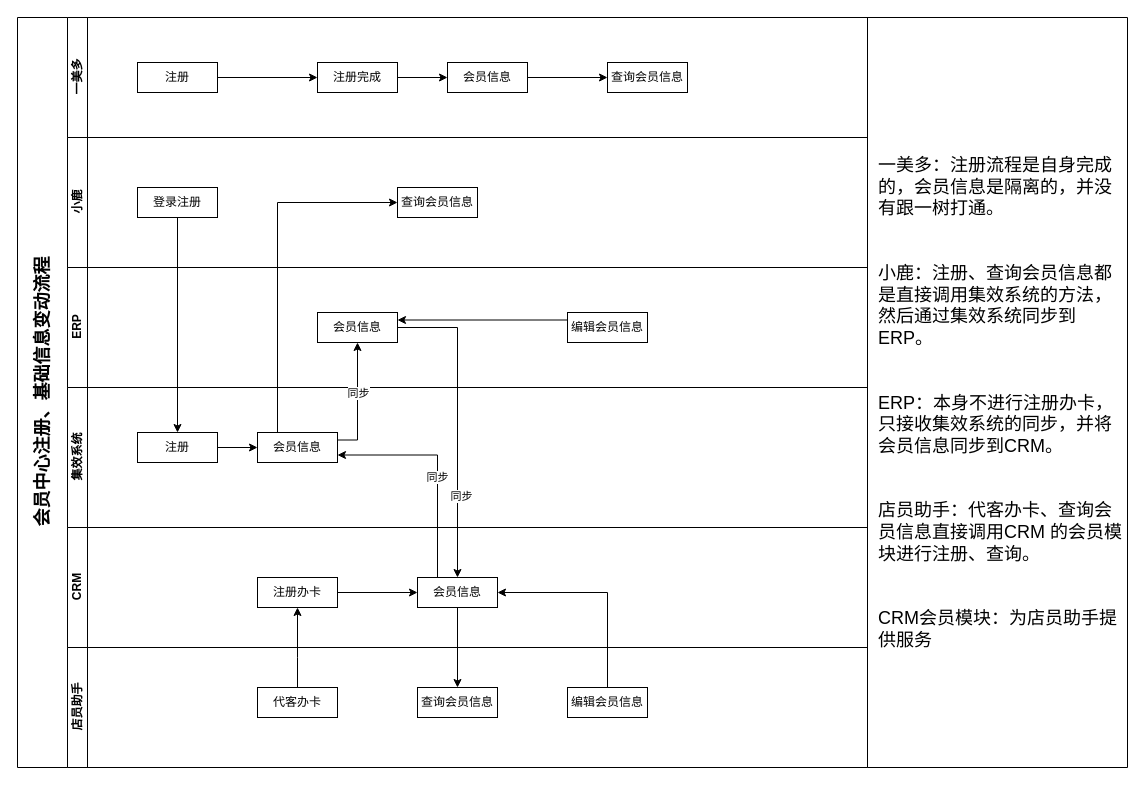
Above: page "Page-2" (2 of 4) of 会员.drawio in JustDoItHilary/HilarysTraining (draw.io), before the change. Source tidied: cells renumbered, new cells numbered last; positions are measured from the earlier drawing's top-left corner, leaving out a move shared by most shapes. Both pictures are drawn from the tidied source at 100%, with x=0, y=0 at pixel (17, 17).
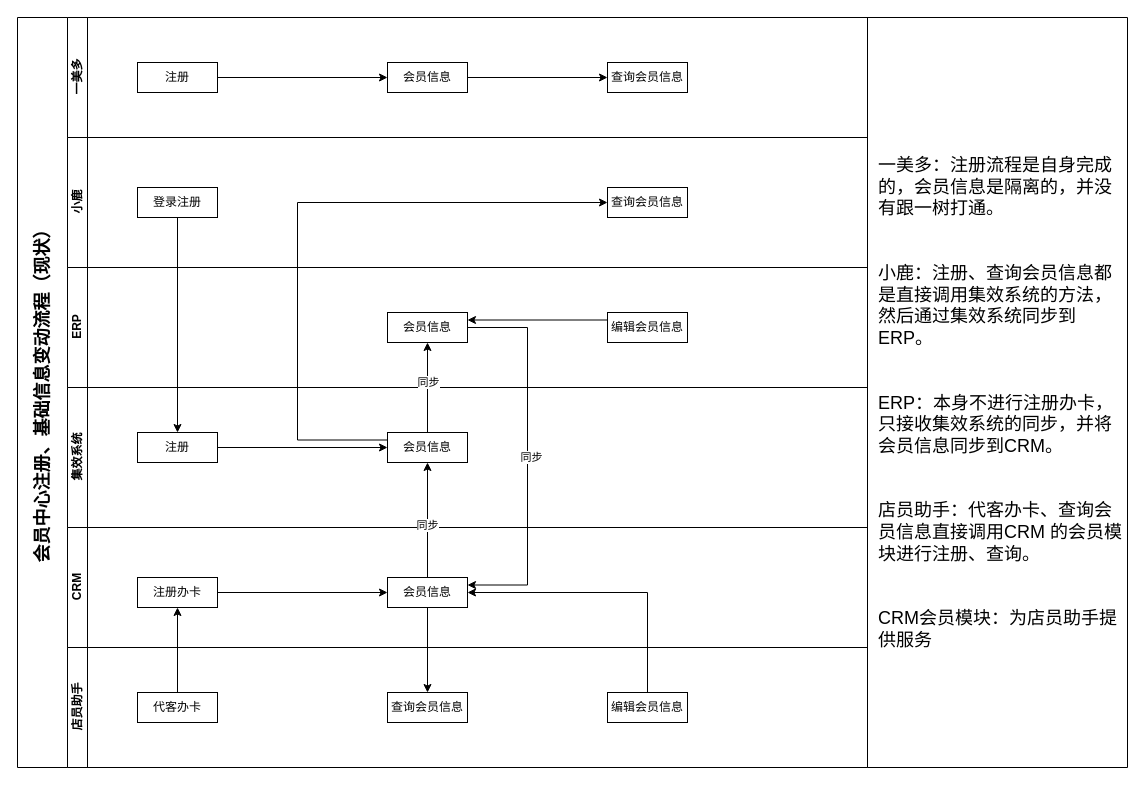
After the change.

Unchanged cells that the change refers to:
```xml
<mxCell id="3" value="一美多" style="swimlane;html=1;startSize=20;horizontal=0;" parent="2" vertex="1">
  <mxGeometry x="50" width="800" height="120" as="geometry" />
</mxCell>
<mxCell id="4" value="注册" style="rounded=0;whiteSpace=wrap;html=1;" parent="3" vertex="1">
  <mxGeometry x="70" y="45" width="80" height="30" as="geometry" />
</mxCell>
<mxCell id="7" value="小鹿" style="swimlane;html=1;startSize=20;horizontal=0;" parent="2" vertex="1">
  <mxGeometry x="50" y="120" width="800" height="130" as="geometry" />
</mxCell>
<mxCell id="10" value="ERP" style="swimlane;html=1;startSize=20;horizontal=0;" parent="2" vertex="1">
  <mxGeometry x="50" y="250" width="800" height="120" as="geometry" />
</mxCell>
<mxCell id="14" value="集效系统" style="swimlane;html=1;startSize=20;horizontal=0;" parent="2" vertex="1">
  <mxGeometry x="50" y="370" width="800" height="140" as="geometry" />
</mxCell>
<mxCell id="18" value="CRM" style="swimlane;html=1;startSize=20;horizontal=0;" parent="2" vertex="1">
  <mxGeometry x="50" y="510" width="800" height="120" as="geometry" />
</mxCell>
<mxCell id="22" value="店员助手" style="swimlane;html=1;startSize=20;horizontal=0;" parent="2" vertex="1">
  <mxGeometry x="50" y="630" width="800" height="120" as="geometry" />
</mxCell>
```

Change to the diagram source:
```diff
@@
-    <mxCell id="2" value="&lt;font style=&quot;line-height: 90% ; font-size: 18px&quot;&gt;会员中心注册、基础信息变动流程&lt;/font&gt;" style="swimlane;html=1;horizontal=0;startSize=50;" parent="1" vertex="1">
+    <mxCell id="2" value="&lt;font style=&quot;line-height: 90% ; font-size: 18px&quot;&gt;会员中心注册、基础信息变动流程（现状）&lt;/font&gt;" style="swimlane;html=1;horizontal=0;startSize=50;" parent="1" vertex="1">
       <mxGeometry width="850" height="750" as="geometry" />
     </mxCell>
@@
-    <mxCell id="5" value="注册完成" style="rounded=0;whiteSpace=wrap;html=1;" parent="3" vertex="1">
-      <mxGeometry x="250" y="45" width="80" height="30" as="geometry" />
-    </mxCell>
-    <mxCell id="6" style="edgeStyle=orthogonalEdgeStyle;rounded=0;jettySize=auto;html=1;" parent="3" edge="1" source="4" target="5">
+    <mxCell id="6" style="edgeStyle=orthogonalEdgeStyle;rounded=0;jettySize=auto;html=1;entryX=0;entryY=0.5;entryDx=0;entryDy=0;" parent="3" edge="1" source="4" target="39">
       <mxGeometry relative="1" as="geometry" />
     </mxCell>
+    <mxCell id="39" value="会员信息" style="rounded=0;whiteSpace=wrap;html=1;" parent="3" vertex="1">
+      <mxGeometry x="320" y="45" width="80" height="30" as="geometry" />
+    </mxCell>
@@
     <mxCell id="9" value="查询会员信息" style="rounded=0;whiteSpace=wrap;html=1;" parent="7" vertex="1">
-      <mxGeometry x="330" y="50" width="80" height="30" as="geometry" />
+      <mxGeometry x="540" y="50" width="80" height="30" as="geometry" />
     </mxCell>
@@
     <mxCell id="11" value="会员信息" style="rounded=0;whiteSpace=wrap;html=1;" parent="10" vertex="1">
-      <mxGeometry x="250" y="45" width="80" height="30" as="geometry" />
+      <mxGeometry x="320" y="45" width="80" height="30" as="geometry" />
     </mxCell>
@@
     <mxCell id="13" value="编辑会员信息" style="rounded=0;whiteSpace=wrap;html=1;" parent="10" vertex="1">
-      <mxGeometry x="500" y="45" width="80" height="30" as="geometry" />
+      <mxGeometry x="540" y="45" width="80" height="30" as="geometry" />
     </mxCell>
@@
     <mxCell id="15" value="会员信息" style="rounded=0;whiteSpace=wrap;html=1;" parent="14" vertex="1">
-      <mxGeometry x="190" y="45" width="80" height="30" as="geometry" />
+      <mxGeometry x="320" y="45" width="80" height="30" as="geometry" />
     </mxCell>
@@
     <mxCell id="19" value="注册办卡" style="rounded=0;whiteSpace=wrap;html=1;" parent="18" vertex="1">
-      <mxGeometry x="190" y="50" width="80" height="30" as="geometry" />
+      <mxGeometry x="70" y="50" width="80" height="30" as="geometry" />
     </mxCell>
     <mxCell id="20" value="会员信息" style="rounded=0;whiteSpace=wrap;html=1;" parent="18" vertex="1">
-      <mxGeometry x="350" y="50" width="80" height="30" as="geometry" />
+      <mxGeometry x="320" y="50" width="80" height="30" as="geometry" />
     </mxCell>
@@
+    <mxCell id="26" value="同步" style="edgeStyle=orthogonalEdgeStyle;rounded=0;jettySize=auto;html=1;exitX=0.5;exitY=0;exitDx=0;exitDy=0;entryX=0.5;entryY=1;entryDx=0;entryDy=0;" parent="2" edge="1" source="20" target="15">
+      <mxGeometry x="-0.1" relative="1" as="geometry" />
+    </mxCell>
+    <mxCell id="28" style="edgeStyle=orthogonalEdgeStyle;rounded=0;jettySize=auto;html=1;exitX=0.5;exitY=0;exitDx=0;exitDy=0;" parent="2" edge="1" source="15" target="11">
+      <mxGeometry relative="1" as="geometry" />
+    </mxCell>
+    <mxCell id="29" value="同步" style="edgeLabel;html=1;align=center;verticalAlign=middle;" parent="28" vertex="1">
+      <mxGeometry x="0.12" relative="1" as="geometry">
+        <mxPoint y="-1" as="offset" />
+      </mxGeometry>
+    </mxCell>
+    <mxCell id="31" style="edgeStyle=orthogonalEdgeStyle;rounded=0;jettySize=auto;html=1;exitX=1;exitY=0.5;exitDx=0;exitDy=0;entryX=1;entryY=0.25;entryDx=0;entryDy=0;jumpStyle=arc;" parent="2" edge="1" source="11" target="20">
+      <mxGeometry relative="1" as="geometry">
+        <Array as="points">
+          <mxPoint x="510" y="310" />
+          <mxPoint x="510" y="568" />
+        </Array>
+      </mxGeometry>
+    </mxCell>
+    <mxCell id="32" value="同步" style="edgeLabel;html=1;align=center;verticalAlign=middle;" parent="31" vertex="1">
+      <mxGeometry x="0.48" y="3" relative="1" as="geometry">
+        <mxPoint y="-90" as="offset" />
+      </mxGeometry>
+    </mxCell>
+    <mxCell id="33" style="edgeStyle=orthogonalEdgeStyle;rounded=0;jettySize=auto;html=1;exitX=0.5;exitY=1;exitDx=0;exitDy=0;" parent="2" edge="1" source="20" target="23">
+      <mxGeometry relative="1" as="geometry">
+        <Array as="points">
+          <mxPoint x="410" y="670" />
+        </Array>
+      </mxGeometry>
+    </mxCell>
@@
     <mxCell id="23" value="查询会员信息" style="rounded=0;whiteSpace=wrap;html=1;" parent="22" vertex="1">
-      <mxGeometry x="350" y="40" width="80" height="30" as="geometry" />
+      <mxGeometry x="320" y="45" width="80" height="30" as="geometry" />
     </mxCell>
     <mxCell id="24" value="代客办卡" style="rounded=0;whiteSpace=wrap;html=1;" parent="22" vertex="1">
-      <mxGeometry x="190" y="40" width="80" height="30" as="geometry" />
+      <mxGeometry x="70" y="45" width="80" height="30" as="geometry" />
     </mxCell>
     <mxCell id="25" value="编辑会员信息" style="rounded=0;whiteSpace=wrap;html=1;" parent="22" vertex="1">
-      <mxGeometry x="500" y="40" width="80" height="30" as="geometry" />
+      <mxGeometry x="540" y="45" width="80" height="30" as="geometry" />
     </mxCell>
-    <mxCell id="26" value="同步" style="edgeStyle=orthogonalEdgeStyle;rounded=0;jettySize=auto;html=1;exitX=0.25;exitY=0;exitDx=0;exitDy=0;entryX=1;entryY=0.75;entryDx=0;entryDy=0;" parent="2" edge="1" source="20" target="15">
-      <mxGeometry x="-0.1" relative="1" as="geometry" />
-    </mxCell>
@@
-    <mxCell id="28" style="edgeStyle=orthogonalEdgeStyle;rounded=0;jettySize=auto;html=1;exitX=1;exitY=0.25;exitDx=0;exitDy=0;" parent="2" edge="1" source="15" target="11">
-      <mxGeometry relative="1" as="geometry" />
-    </mxCell>
-    <mxCell id="29" value="同步" style="edgeLabel;html=1;align=center;verticalAlign=middle;" parent="28" vertex="1">
-      <mxGeometry x="0.12" relative="1" as="geometry">
-        <mxPoint y="-1" as="offset" />
-      </mxGeometry>
-    </mxCell>
     <mxCell id="30" style="edgeStyle=orthogonalEdgeStyle;rounded=0;jettySize=auto;html=1;exitX=0.5;exitY=0;exitDx=0;exitDy=0;entryX=0.5;entryY=1;entryDx=0;entryDy=0;" parent="2" edge="1" source="24" target="19">
       <mxGeometry relative="1" as="geometry">
         <Array as="points">
-          <mxPoint x="280" y="640" />
-          <mxPoint x="280" y="640" />
+          <mxPoint x="160" y="630" />
+          <mxPoint x="160" y="630" />
         </Array>
       </mxGeometry>
     </mxCell>
-    <mxCell id="31" style="edgeStyle=orthogonalEdgeStyle;rounded=0;jettySize=auto;html=1;exitX=1;exitY=0.5;exitDx=0;exitDy=0;entryX=0.5;entryY=0;entryDx=0;entryDy=0;jumpStyle=arc;" parent="2" edge="1" source="11" target="20">
-      <mxGeometry relative="1" as="geometry" />
-    </mxCell>
-    <mxCell id="32" value="同步" style="edgeLabel;html=1;align=center;verticalAlign=middle;" parent="31" vertex="1">
-      <mxGeometry x="0.48" y="3" relative="1" as="geometry">
-        <mxPoint y="-1" as="offset" />
-      </mxGeometry>
-    </mxCell>
-    <mxCell id="33" style="edgeStyle=orthogonalEdgeStyle;rounded=0;jettySize=auto;html=1;exitX=0.5;exitY=1;exitDx=0;exitDy=0;" parent="2" edge="1" source="20" target="23">
-      <mxGeometry relative="1" as="geometry">
-        <Array as="points">
-          <mxPoint x="440" y="670" />
-        </Array>
-      </mxGeometry>
-    </mxCell>
-    <mxCell id="34" style="edgeStyle=orthogonalEdgeStyle;rounded=0;jettySize=auto;html=1;exitX=0.25;exitY=0;exitDx=0;exitDy=0;jumpStyle=arc;entryX=0;entryY=0.5;entryDx=0;entryDy=0;" parent="2" edge="1" source="15" target="9">
+    <mxCell id="34" style="edgeStyle=orthogonalEdgeStyle;rounded=0;jettySize=auto;html=1;jumpStyle=arc;entryX=0;entryY=0.5;entryDx=0;entryDy=0;exitX=0;exitY=0.25;exitDx=0;exitDy=0;" parent="2" edge="1" source="15" target="9">
       <mxGeometry relative="1" as="geometry">
         <Array as="points">
-          <mxPoint x="260" y="185" />
+          <mxPoint x="280" y="423" />
+          <mxPoint x="280" y="185" />
         </Array>
       </mxGeometry>
     </mxCell>
@@
-    <mxCell id="39" value="会员信息" style="rounded=0;whiteSpace=wrap;html=1;" parent="1" vertex="1">
-      <mxGeometry x="430" y="45" width="80" height="30" as="geometry" />
-    </mxCell>
-    <mxCell id="40" style="edgeStyle=orthogonalEdgeStyle;rounded=0;jettySize=auto;html=1;" parent="1" edge="1" source="5" target="39">
-      <mxGeometry relative="1" as="geometry" />
-    </mxCell>
```
